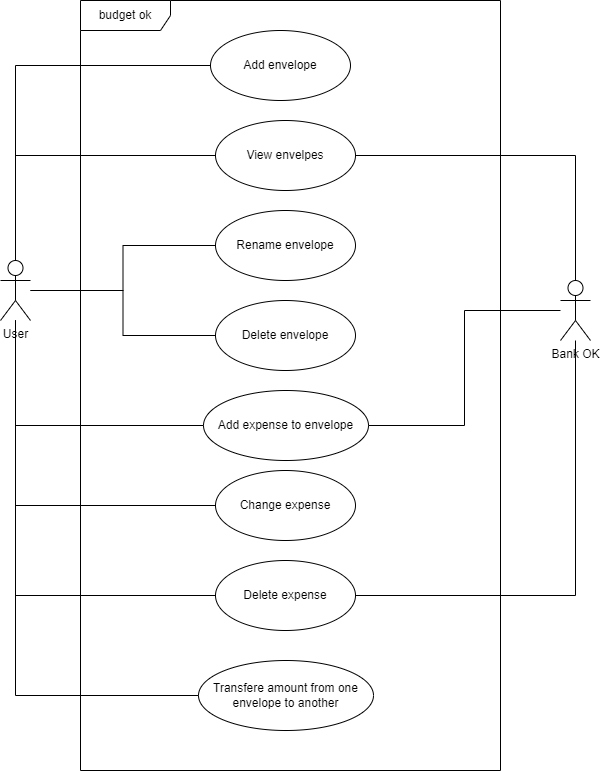
This is docs/images/use-case-diagram.png from ognjenkl/budget-ok, a draw.io export, as it was before one commit. Source tidied: cells renumbered, new cells last; positions are measured from the earlier drawing's top-left corner, leaving out a move shared by most shapes.
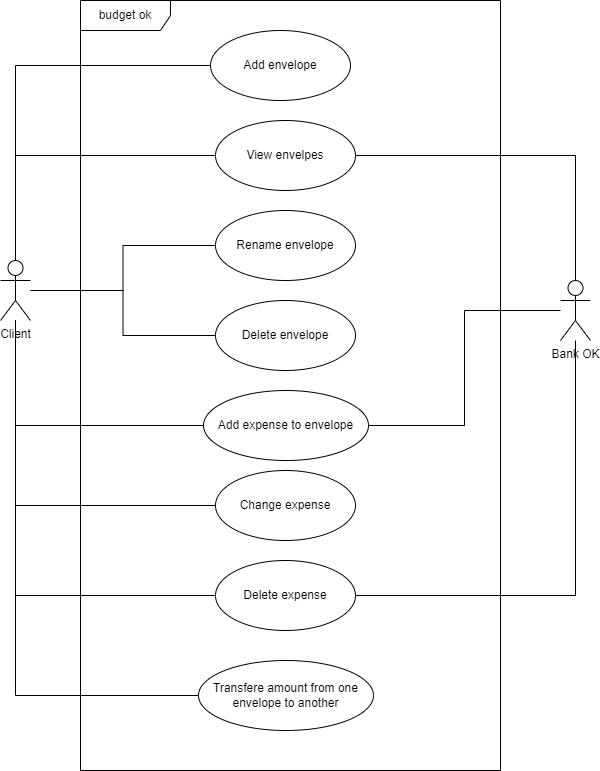
Later version of the same file.

Commit message:
Change actor User into Client in system behavior and in use case diagram

Change to the diagram source:
```diff
@@ -99,7 +99,7 @@
     <mxCell id="21" style="edgeStyle=orthogonalEdgeStyle;rounded=0;jettySize=auto;html=1;entryX=0;entryY=0.5;entryDx=0;entryDy=0;endArrow=none;endFill=0;" parent="1" edge="1" source="22" target="5">
       <mxGeometry relative="1" as="geometry" />
     </mxCell>
-    <mxCell id="22" value="User" style="shape=umlActor;verticalLabelPosition=bottom;verticalAlign=top;html=1;" parent="1" vertex="1">
+    <mxCell id="22" value="Client" style="shape=umlActor;verticalLabelPosition=bottom;verticalAlign=top;html=1;" parent="1" vertex="1">
       <mxGeometry y="260" width="30" height="60" as="geometry" />
     </mxCell>
     <mxCell id="23" value="budget ok" style="shape=umlFrame;whiteSpace=wrap;html=1;width=90;height=30;" parent="1" vertex="1">
```
